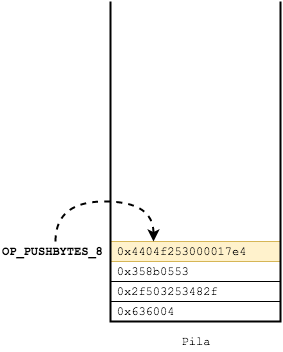
Before: img/Bitcoin_transactions_stack_04.png, a diagram exported from draw.io (JavDomGom/Bitcoin_script_language). Source tidied: cells renumbered, new cells last; positions are measured from the earlier drawing's top-left corner, leaving out a move shared by most shapes. The source it was exported from:
```xml
<mxGraphModel>
  <root>
    <mxCell id="0" />
    <mxCell id="1" parent="0" />
    <mxCell id="2" value="&lt;span&gt;0x636004&amp;nbsp; &amp;nbsp; &amp;nbsp; &amp;nbsp; &amp;nbsp; &amp;nbsp; &amp;nbsp;&amp;nbsp;&lt;/span&gt;" style="text;html=1;strokeColor=#000000;fillColor=none;align=center;verticalAlign=middle;whiteSpace=wrap;rounded=0;fontFamily=Courier New;" parent="1" vertex="1">
      <mxGeometry x="110" y="300" width="170" height="20" as="geometry" />
    </mxCell>
    <mxCell id="3" value="Pila" style="text;html=1;strokeColor=none;fillColor=none;align=center;verticalAlign=middle;whiteSpace=wrap;rounded=0;fontFamily=Courier New;" parent="1" vertex="1">
      <mxGeometry x="175" y="330" width="40" height="20" as="geometry" />
    </mxCell>
    <mxCell id="4" value="&lt;span&gt;0x2f503253482f&amp;nbsp; &amp;nbsp; &amp;nbsp; &amp;nbsp;&amp;nbsp;&lt;/span&gt;&lt;br&gt;" style="text;html=1;strokeColor=#000000;fillColor=none;align=center;verticalAlign=middle;whiteSpace=wrap;rounded=0;fontFamily=Courier New;" parent="1" vertex="1">
      <mxGeometry x="110" y="280" width="170" height="20" as="geometry" />
    </mxCell>
    <mxCell id="5" value="&lt;span&gt;0x358b0553&amp;nbsp; &amp;nbsp; &amp;nbsp; &amp;nbsp; &amp;nbsp; &amp;nbsp;&amp;nbsp;&lt;/span&gt;&lt;br&gt;" style="text;html=1;strokeColor=#000000;fillColor=none;align=center;verticalAlign=middle;whiteSpace=wrap;rounded=0;fontFamily=Courier New;" parent="1" vertex="1">
      <mxGeometry x="110" y="260" width="170" height="20" as="geometry" />
    </mxCell>
    <mxCell id="6" value="&lt;span&gt;0x4404f253000017e4&amp;nbsp; &amp;nbsp;&amp;nbsp;&lt;/span&gt;&lt;br&gt;" style="text;html=1;strokeColor=#d6b656;fillColor=#fff2cc;align=center;verticalAlign=middle;whiteSpace=wrap;rounded=0;fontFamily=Courier New;" parent="1" vertex="1">
      <mxGeometry x="110" y="240" width="170" height="20" as="geometry" />
    </mxCell>
    <mxCell id="7" value="&lt;div&gt;OP_&lt;span&gt;PUSHBYTES_&lt;/span&gt;&lt;span&gt;8&lt;/span&gt;&lt;/div&gt;" style="text;html=1;strokeColor=none;fillColor=none;align=left;verticalAlign=middle;whiteSpace=wrap;rounded=0;fontFamily=Courier New;fontStyle=1;" parent="1" vertex="1">
      <mxGeometry y="240" width="110" height="20" as="geometry" />
    </mxCell>
    <mxCell id="8" style="curved=1;endArrow=classic;html=1;strokeWidth=2;fontFamily=Courier New;exitX=0.5;exitY=0;exitDx=0;exitDy=0;entryX=0.25;entryY=0;entryDx=0;entryDy=0;dashed=1;" parent="1" edge="1" source="7" target="6">
      <mxGeometry relative="1" as="geometry">
        <Array as="points">
          <mxPoint x="55" y="200" />
          <mxPoint x="153" y="200" />
        </Array>
      </mxGeometry>
    </mxCell>
    <mxCell id="9" style="endArrow=none;html=1;rounded=0;strokeWidth=2;" parent="1" edge="1">
      <mxGeometry relative="1" as="geometry">
        <mxPoint x="280" as="sourcePoint" />
        <mxPoint x="110" as="targetPoint" />
        <Array as="points">
          <mxPoint x="280" y="320" />
          <mxPoint x="110" y="320" />
        </Array>
      </mxGeometry>
    </mxCell>
  </root>
</mxGraphModel>
```
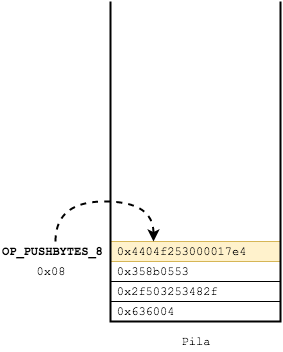
The same diagram one commit later.

Diff of the diagram source:
```diff
@@ -38,5 +38,8 @@
         </Array>
       </mxGeometry>
     </mxCell>
+    <mxCell id="10" value="0x08" style="text;html=1;strokeColor=none;fillColor=none;align=center;verticalAlign=middle;whiteSpace=wrap;rounded=0;fontFamily=Courier New;" parent="1" vertex="1">
+      <mxGeometry x="30" y="260" width="40" height="20" as="geometry" />
+    </mxCell>
   </root>
 </mxGraphModel>
```
